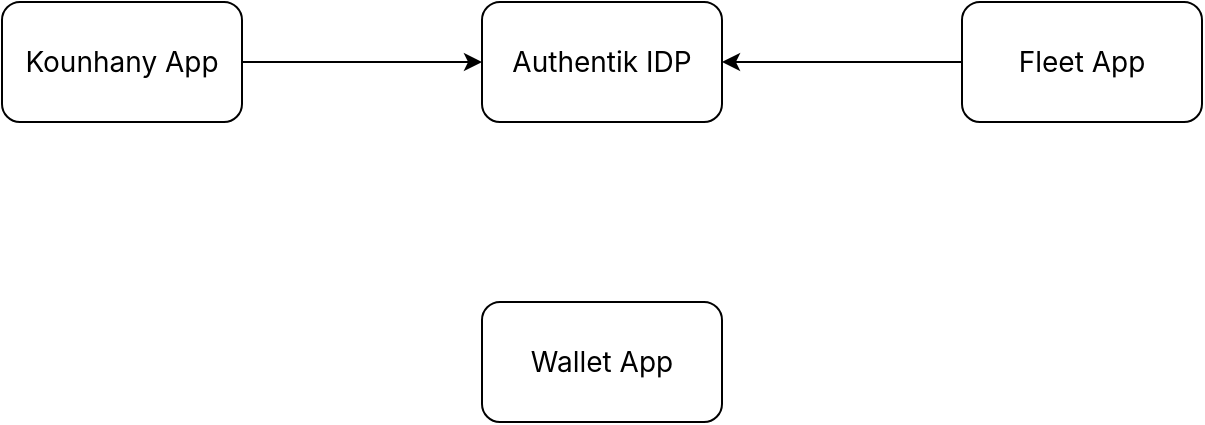
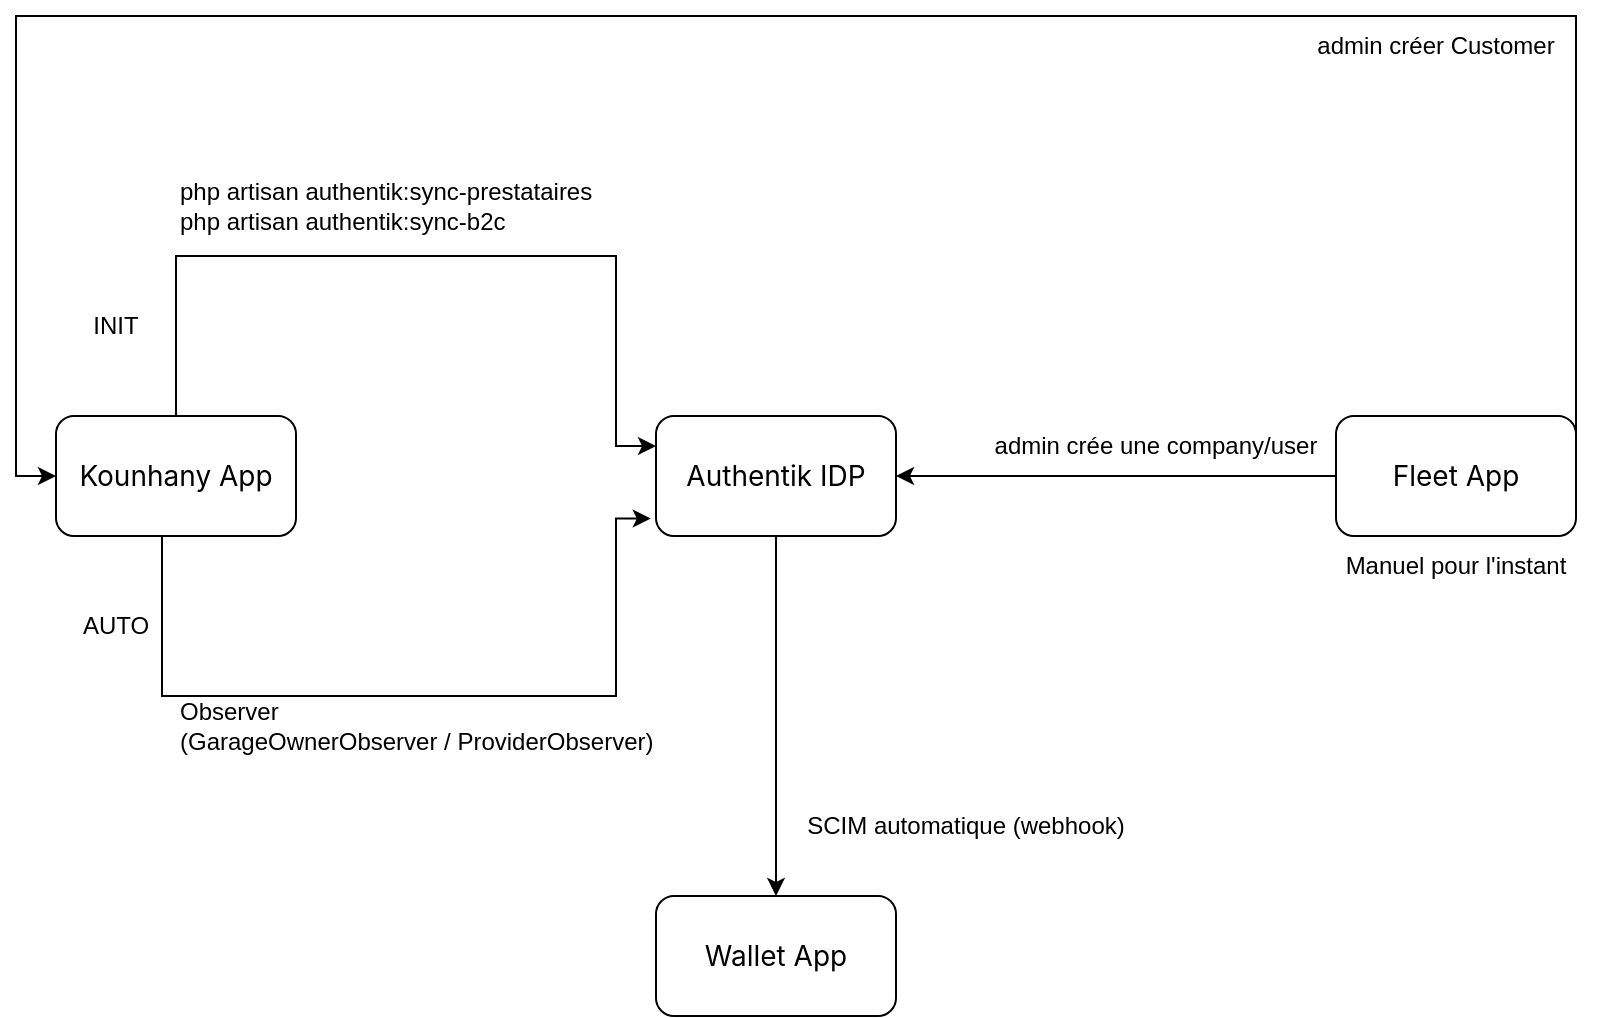
<mxfile host="app.diagrams.net">
  <diagram name="Page-1" id="a0F_gnoBj5kKY37pVgQ3">
-     <mxGraphModel dx="1414" dy="823" grid="1" gridSize="10" guides="1" tooltips="1" connect="1" arrows="1" fold="1" page="1" pageScale="1" pageWidth="827" pageHeight="1169" math="0" shadow="0">
+     <mxGraphModel dx="975" dy="568" grid="1" gridSize="10" guides="1" tooltips="1" connect="1" arrows="1" fold="1" page="1" pageScale="1" pageWidth="827" pageHeight="1169" math="0" shadow="0">
      <root>
        <mxCell id="0" />
        <mxCell id="1" parent="0" />
-         <mxCell id="-3uQHj1H-NucOP2qK8Vn-2" parent="1" style="rounded=1;whiteSpace=wrap;html=1;" value="&lt;span style=&quot;font-family: &amp;quot;Anthropic Sans&amp;quot;, -apple-system, BlinkMacSystemFont, &amp;quot;Segoe UI&amp;quot;, sans-serif; font-size: 14px; text-align: start; white-space: nowrap;&quot;&gt;Authentik IDP&lt;/span&gt;" vertex="1">
-           <mxGeometry height="60" width="120" x="360" y="360" as="geometry" />
-         </mxCell>
-         <mxCell id="-3uQHj1H-NucOP2qK8Vn-7" edge="1" parent="1" source="-3uQHj1H-NucOP2qK8Vn-3" style="edgeStyle=orthogonalEdgeStyle;rounded=0;orthogonalLoop=1;jettySize=auto;html=1;exitX=1;exitY=0.5;exitDx=0;exitDy=0;entryX=0;entryY=0.5;entryDx=0;entryDy=0;" target="-3uQHj1H-NucOP2qK8Vn-2">
+         <mxCell id="i3nEHpa5YO4snQDJrwfD-16" edge="1" parent="1" source="-3uQHj1H-NucOP2qK8Vn-2" style="edgeStyle=orthogonalEdgeStyle;rounded=0;orthogonalLoop=1;jettySize=auto;html=1;entryX=0.5;entryY=0;entryDx=0;entryDy=0;" target="-3uQHj1H-NucOP2qK8Vn-5">
          <mxGeometry relative="1" as="geometry" />
        </mxCell>
+         <mxCell id="-3uQHj1H-NucOP2qK8Vn-2" parent="1" style="rounded=1;whiteSpace=wrap;html=1;" value="&lt;span style=&quot;font-family: &amp;quot;Anthropic Sans&amp;quot;, -apple-system, BlinkMacSystemFont, &amp;quot;Segoe UI&amp;quot;, sans-serif; font-size: 14px; text-align: start; white-space: nowrap;&quot;&gt;Authentik IDP&lt;/span&gt;" vertex="1">
+           <mxGeometry height="60" width="120" x="340" y="360" as="geometry" />
+         </mxCell>
+         <mxCell id="-3uQHj1H-NucOP2qK8Vn-7" edge="1" parent="1" source="-3uQHj1H-NucOP2qK8Vn-3" style="edgeStyle=orthogonalEdgeStyle;rounded=0;orthogonalLoop=1;jettySize=auto;html=1;exitX=0.5;exitY=0;exitDx=0;exitDy=0;entryX=0;entryY=0.25;entryDx=0;entryDy=0;" target="-3uQHj1H-NucOP2qK8Vn-2">
+           <mxGeometry relative="1" as="geometry">
+             <Array as="points">
+               <mxPoint x="100" y="280" />
+               <mxPoint x="320" y="280" />
+               <mxPoint x="320" y="375" />
+             </Array>
+           </mxGeometry>
+         </mxCell>
+         <mxCell id="i3nEHpa5YO4snQDJrwfD-13" edge="1" parent="1" style="edgeStyle=orthogonalEdgeStyle;rounded=0;orthogonalLoop=1;jettySize=auto;html=1;exitX=0.5;exitY=1;exitDx=0;exitDy=0;entryX=-0.022;entryY=0.855;entryDx=0;entryDy=0;entryPerimeter=0;" target="-3uQHj1H-NucOP2qK8Vn-2">
+           <mxGeometry relative="1" as="geometry">
+             <Array as="points">
+               <mxPoint x="93" y="500" />
+               <mxPoint x="320" y="500" />
+               <mxPoint x="320" y="411" />
+             </Array>
+             <mxPoint x="93" y="420" as="sourcePoint" />
+             <mxPoint x="360" y="400" as="targetPoint" />
+           </mxGeometry>
+         </mxCell>
        <mxCell id="-3uQHj1H-NucOP2qK8Vn-3" parent="1" style="rounded=1;whiteSpace=wrap;html=1;" value="&lt;span style=&quot;font-family: &amp;quot;Anthropic Sans&amp;quot;, -apple-system, BlinkMacSystemFont, &amp;quot;Segoe UI&amp;quot;, sans-serif; font-size: 14px; text-align: start; white-space: nowrap;&quot;&gt;Kounhany App&lt;/span&gt;" vertex="1">
-           <mxGeometry height="60" width="120" x="120" y="360" as="geometry" />
+           <mxGeometry height="60" width="120" x="40" y="360" as="geometry" />
        </mxCell>
        <mxCell id="-3uQHj1H-NucOP2qK8Vn-9" edge="1" parent="1" source="-3uQHj1H-NucOP2qK8Vn-4" style="edgeStyle=orthogonalEdgeStyle;rounded=0;orthogonalLoop=1;jettySize=auto;html=1;entryX=1;entryY=0.5;entryDx=0;entryDy=0;" target="-3uQHj1H-NucOP2qK8Vn-2">
          <mxGeometry relative="1" as="geometry" />
        </mxCell>
+         <mxCell id="i3nEHpa5YO4snQDJrwfD-21" edge="1" parent="1" source="-3uQHj1H-NucOP2qK8Vn-4" style="edgeStyle=orthogonalEdgeStyle;rounded=0;orthogonalLoop=1;jettySize=auto;html=1;entryX=0;entryY=0.5;entryDx=0;entryDy=0;exitX=1;exitY=0.5;exitDx=0;exitDy=0;" target="-3uQHj1H-NucOP2qK8Vn-3">
+           <mxGeometry relative="1" as="geometry">
+             <Array as="points">
+               <mxPoint x="800" y="160" />
+               <mxPoint x="20" y="160" />
+               <mxPoint x="20" y="390" />
+             </Array>
+           </mxGeometry>
+         </mxCell>
        <mxCell id="-3uQHj1H-NucOP2qK8Vn-4" parent="1" style="rounded=1;whiteSpace=wrap;html=1;" value="&lt;span style=&quot;font-family: &amp;quot;Anthropic Sans&amp;quot;, -apple-system, BlinkMacSystemFont, &amp;quot;Segoe UI&amp;quot;, sans-serif; font-size: 14px; text-align: start; white-space: nowrap;&quot;&gt;Fleet App&lt;/span&gt;" vertex="1">
-           <mxGeometry height="60" width="120" x="600" y="360" as="geometry" />
+           <mxGeometry height="60" width="120" x="680" y="360" as="geometry" />
        </mxCell>
        <mxCell id="-3uQHj1H-NucOP2qK8Vn-5" parent="1" style="rounded=1;whiteSpace=wrap;html=1;" value="&lt;span style=&quot;font-family: &amp;quot;Anthropic Sans&amp;quot;, -apple-system, BlinkMacSystemFont, &amp;quot;Segoe UI&amp;quot;, sans-serif; font-size: 14px; text-align: start; white-space: nowrap;&quot;&gt;Wallet App&lt;/span&gt;" vertex="1">
-           <mxGeometry height="60" width="120" x="360" y="510" as="geometry" />
+           <mxGeometry height="60" width="120" x="340" y="600" as="geometry" />
+         </mxCell>
+         <mxCell id="i3nEHpa5YO4snQDJrwfD-5" parent="1" style="text;html=1;whiteSpace=wrap;strokeColor=none;fillColor=none;align=left;verticalAlign=middle;rounded=0;" value="php artisan authentik:sync-prestataires&lt;br/&gt;php artisan authentik:sync-b2c" vertex="1">
+           <mxGeometry height="30" width="220" x="100" y="240" as="geometry" />
+         </mxCell>
+         <mxCell id="i3nEHpa5YO4snQDJrwfD-9" parent="1" style="text;html=1;whiteSpace=wrap;strokeColor=none;fillColor=none;align=center;verticalAlign=middle;rounded=0;" value="INIT" vertex="1">
+           <mxGeometry height="30" width="60" x="40" y="300" as="geometry" />
+         </mxCell>
+         <mxCell id="i3nEHpa5YO4snQDJrwfD-10" parent="1" style="text;html=1;whiteSpace=wrap;strokeColor=none;fillColor=none;align=center;verticalAlign=middle;rounded=0;" value="AUTO" vertex="1">
+           <mxGeometry height="30" width="60" x="40" y="450" as="geometry" />
+         </mxCell>
+         <mxCell id="i3nEHpa5YO4snQDJrwfD-12" parent="1" style="text;html=1;whiteSpace=wrap;strokeColor=none;fillColor=none;align=left;verticalAlign=middle;rounded=0;" value="Observer&amp;nbsp;&lt;div&gt;(GarageOwnerObserver / ProviderObserver)&lt;/div&gt;" vertex="1">
+           <mxGeometry height="30" width="300" x="100" y="500" as="geometry" />
+         </mxCell>
+         <mxCell id="i3nEHpa5YO4snQDJrwfD-17" parent="1" style="text;html=1;whiteSpace=wrap;strokeColor=none;fillColor=none;align=center;verticalAlign=middle;rounded=0;" value="SCIM automatique (webhook)" vertex="1">
+           <mxGeometry height="10" width="170" x="410" y="560" as="geometry" />
+         </mxCell>
+         <mxCell id="i3nEHpa5YO4snQDJrwfD-19" parent="1" style="text;html=1;whiteSpace=wrap;strokeColor=none;fillColor=none;align=center;verticalAlign=middle;rounded=0;" value="admin crée une company/user" vertex="1">
+           <mxGeometry height="30" width="180" x="500" y="360" as="geometry" />
+         </mxCell>
+         <mxCell id="i3nEHpa5YO4snQDJrwfD-20" parent="1" style="text;html=1;whiteSpace=wrap;strokeColor=none;fillColor=none;align=center;verticalAlign=middle;rounded=0;" value=" Manuel pour l&#39;instant" vertex="1">
+           <mxGeometry height="30" width="140" x="670" y="420" as="geometry" />
+         </mxCell>
+         <mxCell id="i3nEHpa5YO4snQDJrwfD-22" parent="1" style="text;html=1;whiteSpace=wrap;strokeColor=none;fillColor=none;align=center;verticalAlign=middle;rounded=0;" value="admin créer Customer" vertex="1">
+           <mxGeometry height="30" width="140" x="660" y="160" as="geometry" />
        </mxCell>
      </root>
    </mxGraphModel>
  </diagram>
</mxfile>
